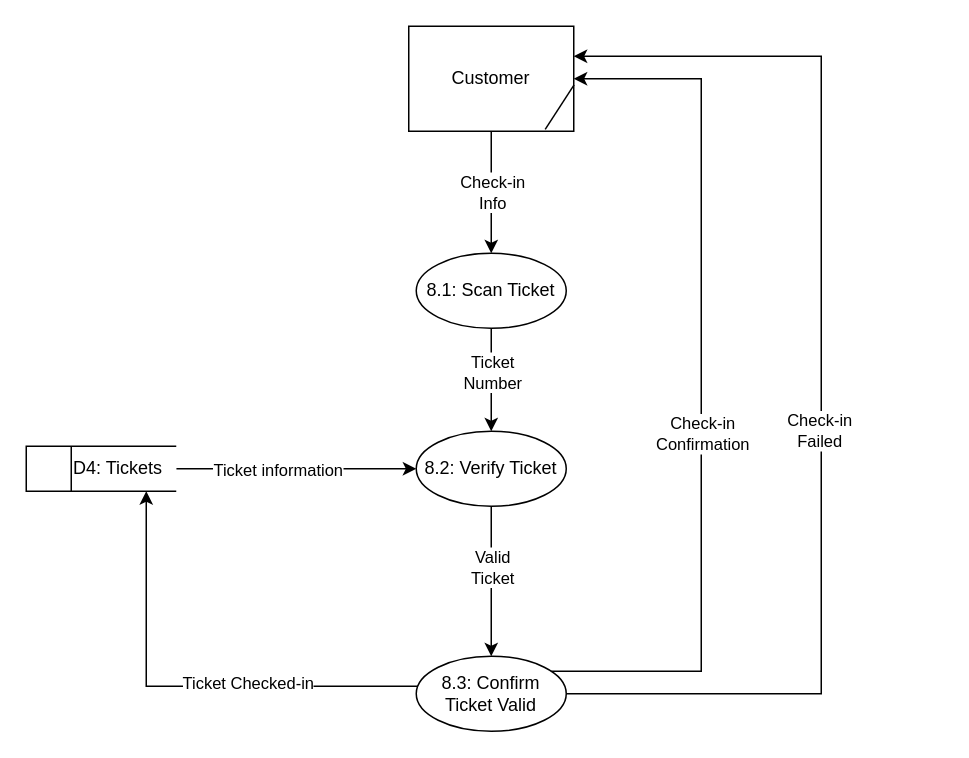
This is page "8.0 Check-in to Event" (10 of 10) of ITEC 630 DFD Ticket Mangement System .drawio from SteveWChang/UMGC-ITEC--630-Ticketing-System-Modeling-and-Analysis, a draw.io file, before an edit. Source tidied: cells renumbered, new cells numbered last; positions are measured from the earlier drawing's top-left corner, leaving out a move shared by most shapes. Both pictures are drawn from the tidied source at 150%, with x=0, y=0 at pixel (26, 26).
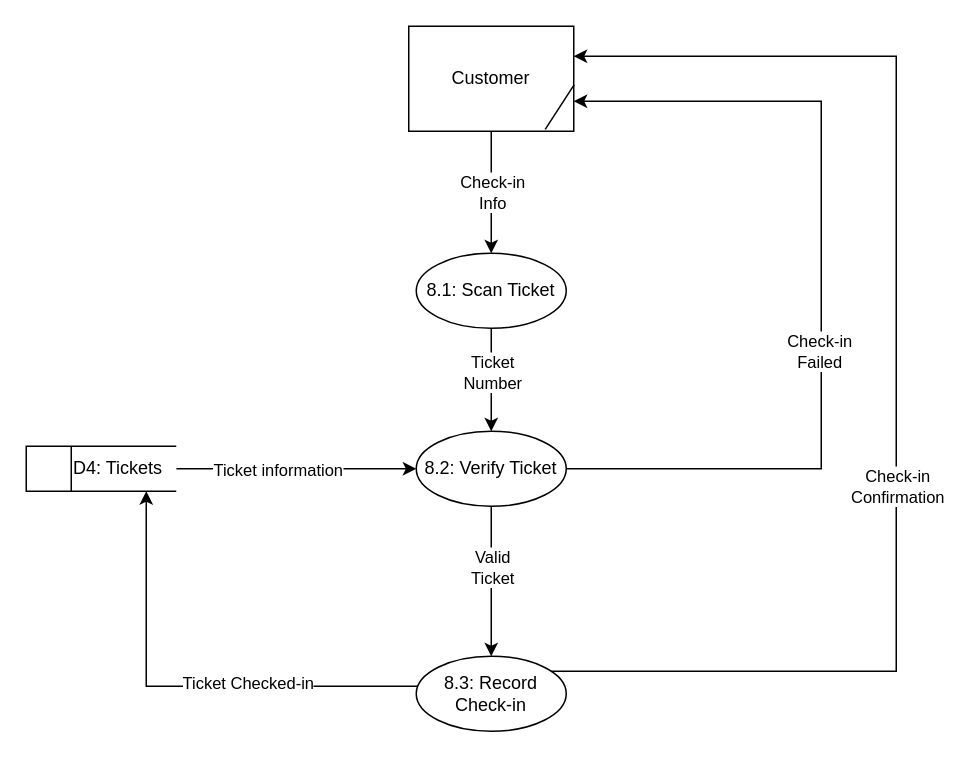
The same page after the edit.

The change refers to these unchanged cells:
```xml
<mxCell id="3" value="Customer" style="html=1;dashed=0;whiteSpace=wrap;" parent="2" vertex="1">
  <mxGeometry width="110" height="70" as="geometry" />
</mxCell>
<mxCell id="15" value="&lt;div&gt;8.2: Verify Ticket&lt;/div&gt;" style="shape=ellipse;html=1;dashed=0;whiteSpace=wrap;perimeter=ellipsePerimeter;" parent="1" vertex="1">
  <mxGeometry x="260" y="270" width="100" height="50" as="geometry" />
</mxCell>
```

The edit, as a diff of the source:
```diff
@@
     <mxCell id="18" style="edgeStyle=orthogonalEdgeStyle;rounded=0;jettySize=auto;html=1;" parent="1" edge="1" source="22" target="3">
       <mxGeometry relative="1" as="geometry">
         <Array as="points">
-          <mxPoint x="450" y="430" />
-          <mxPoint x="450" y="35" />
+          <mxPoint x="580" y="430" />
+          <mxPoint x="580" y="20" />
         </Array>
       </mxGeometry>
     </mxCell>
@@
-    <mxCell id="20" style="edgeStyle=orthogonalEdgeStyle;rounded=0;jettySize=auto;html=1;" parent="1" edge="1" source="22" target="3">
+    <mxCell id="20" style="edgeStyle=orthogonalEdgeStyle;rounded=0;jettySize=auto;html=1;" parent="1" edge="1" source="15" target="3">
       <mxGeometry relative="1" as="geometry">
         <Array as="points">
-          <mxPoint x="530" y="445" />
-          <mxPoint x="530" y="20" />
+          <mxPoint x="530" y="295" />
+          <mxPoint x="530" y="50" />
         </Array>
       </mxGeometry>
     </mxCell>
@@
-    <mxCell id="22" value="&lt;div&gt;8.3: Confirm Ticket Valid&lt;/div&gt;" style="shape=ellipse;html=1;dashed=0;whiteSpace=wrap;perimeter=ellipsePerimeter;" parent="1" vertex="1">
+    <mxCell id="22" value="&lt;div&gt;8.3: Record Check-in&lt;/div&gt;" style="shape=ellipse;html=1;dashed=0;whiteSpace=wrap;perimeter=ellipsePerimeter;" parent="1" vertex="1">
       <mxGeometry x="260" y="420" width="100" height="50" as="geometry" />
     </mxCell>
```
